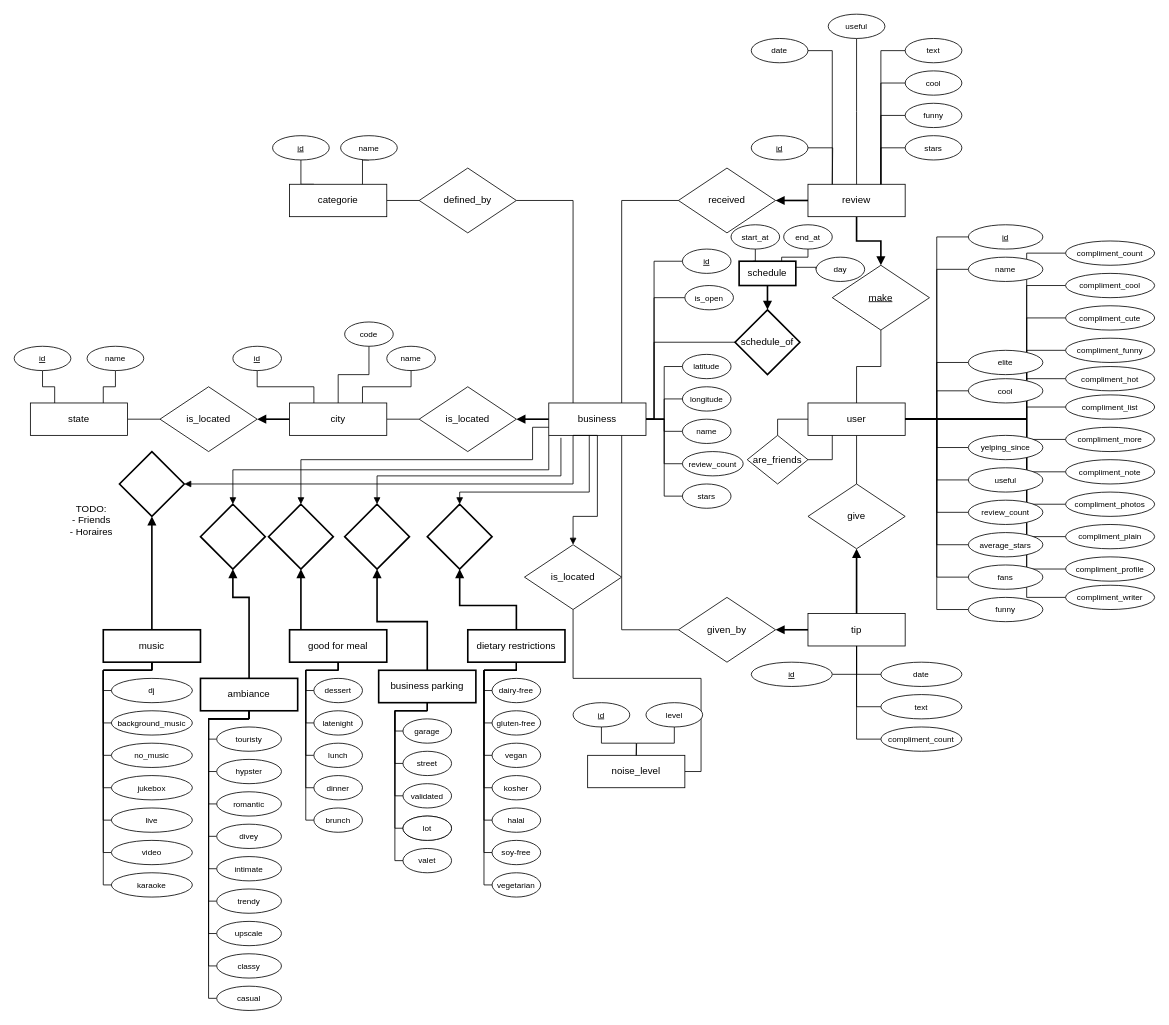
Before: schema.drawio in Ph0tonic/Intro2DataBase, a draw.io diagram. Source tidied: cells renumbered, new cells numbered last; positions are measured from the earlier drawing's top-left corner, leaving out a move shared by most shapes. Both pictures are drawn from the tidied source at 81%, with x=0, y=0 at pixel (14, 14).
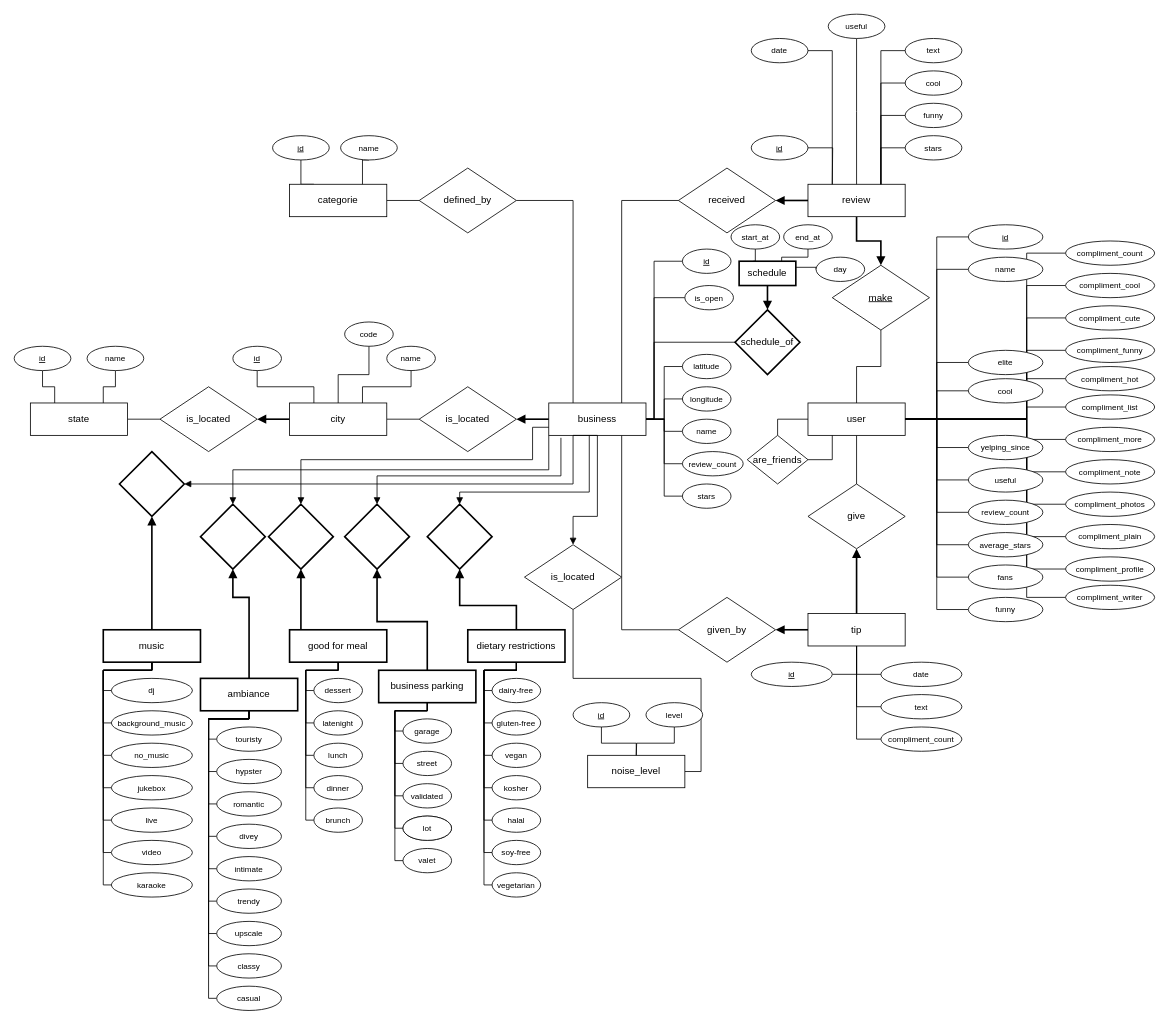
Above is the later version.

Diff of the diagram source:
```diff
@@
-    <mxCell id="68" value="TODO:&lt;br&gt;- Friends&lt;br&gt;- Horaires" style="text;html=1;align=center;verticalAlign=middle;fontSize=12;" parent="1" vertex="1">
-      <mxGeometry x="60" y="600" width="70" height="50" as="geometry" />
-    </mxCell>
```
